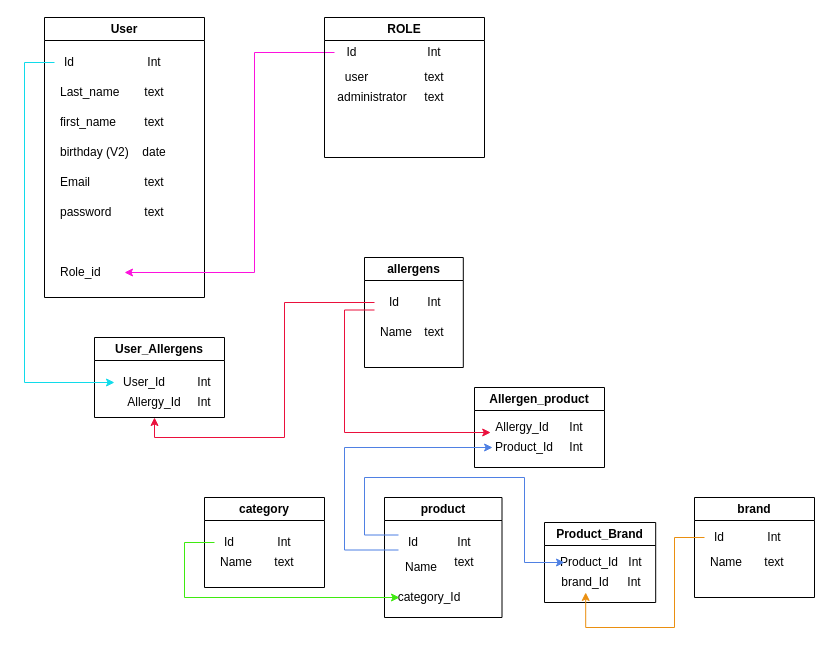
Earlier version of the draw.io diagram docs/MLD.drawio (LordThi/repo-back2). Source tidied: cells renumbered, new cells numbered last; positions are measured from the earlier drawing's top-left corner, leaving out a move shared by most shapes. Both pictures are drawn from the tidied source at 100%, with x=0, y=0 at pixel (24, 17).
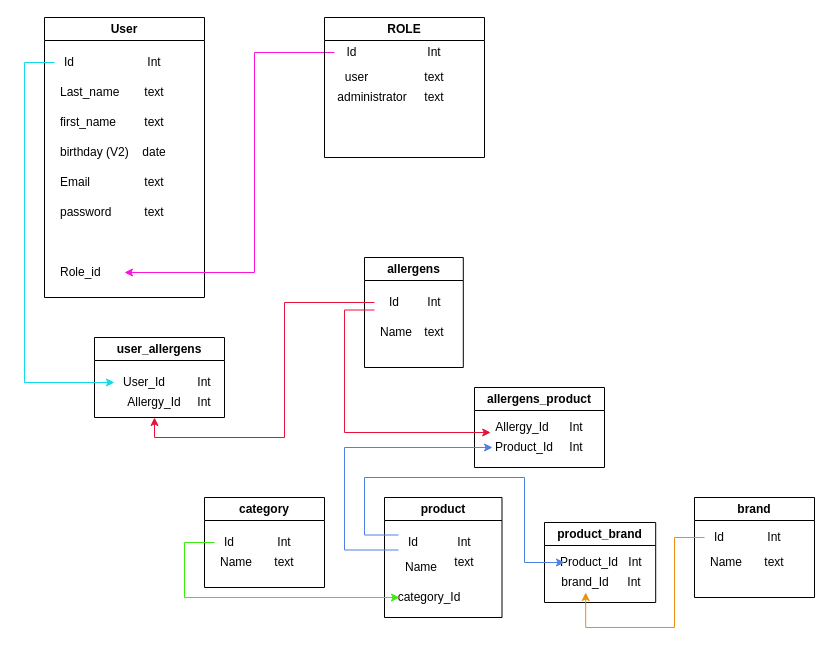
The same diagram, later.

What changed in the source:
```diff
@@
-    <mxCell id="45" value="User_Allergens" style="swimlane;whiteSpace=wrap;html=1;startSize=23;" parent="1" vertex="1">
+    <mxCell id="45" value="user_allergens" style="swimlane;whiteSpace=wrap;html=1;startSize=23;" parent="1" vertex="1">
       <mxGeometry x="70" y="320" width="130" height="80" as="geometry" />
     </mxCell>
@@
-    <mxCell id="53" value="Allergen_product" style="swimlane;whiteSpace=wrap;html=1;startSize=23;" parent="1" vertex="1">
+    <mxCell id="53" value="allergens_product" style="swimlane;whiteSpace=wrap;html=1;startSize=23;" parent="1" vertex="1">
       <mxGeometry x="450" y="370" width="130" height="80" as="geometry" />
     </mxCell>
@@
-    <mxCell id="58" value="Product_Brand" style="swimlane;whiteSpace=wrap;html=1;startSize=23;" parent="1" vertex="1">
+    <mxCell id="58" value="product_brand" style="swimlane;whiteSpace=wrap;html=1;startSize=23;" parent="1" vertex="1">
       <mxGeometry x="520" y="505" width="111.2" height="80" as="geometry" />
     </mxCell>
```
